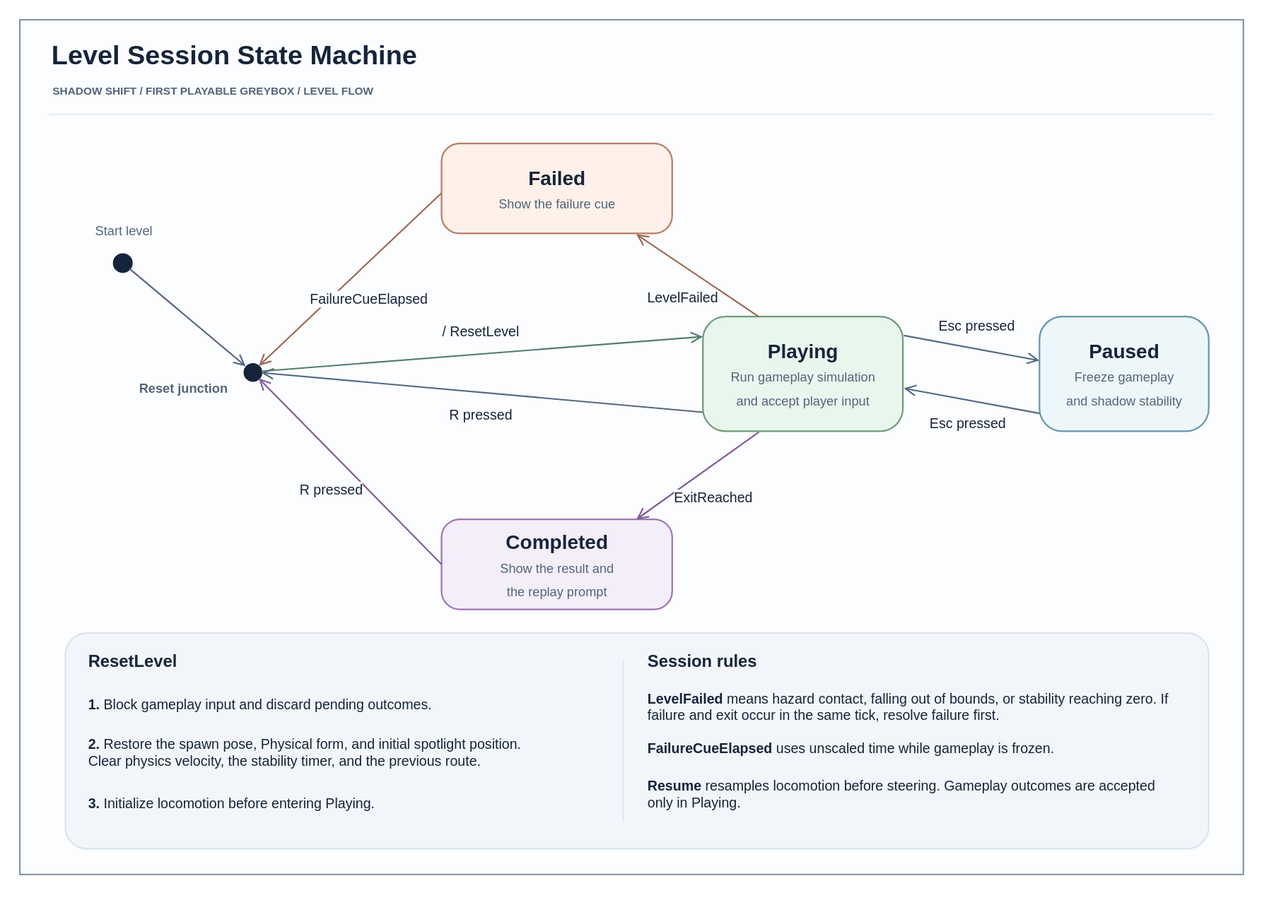
The draw.io diagram Docs/Architecture/UML/level-session-state-machine.drawio.svg in YYchainsAw/shadow-shift, before a commit. Source tidied: cells renumbered, new cells last; positions are measured from the earlier drawing's top-left corner, leaving out a move shared by most shapes. The source it was exported from:
```xml
<mxGraphModel background="#FFFFFF">
  <root>
    <mxCell id="0" />
    <mxCell id="1" parent="0" />
    <mxCell id="2" style="html=1;fontFamily=Arial;rounded=0;arcSize=10;fillColor=#fcfdff;strokeColor=#8193aa;strokeWidth=1.5;" parent="1" vertex="1">
      <mxGeometry width="1236" height="864" as="geometry" />
    </mxCell>
    <mxCell id="3" value="Level Session State Machine" style="html=1;fontFamily=Arial;text;whiteSpace=wrap;align=left;verticalAlign=middle;fontColor=#16243a;fontStyle=1;fontSize=27;" parent="2" vertex="1">
      <mxGeometry x="30" y="15" width="1176" height="42" as="geometry" />
    </mxCell>
    <mxCell id="4" value="SHADOW SHIFT  /  FIRST PLAYABLE GREYBOX  /  LEVEL FLOW" style="html=1;fontFamily=Arial;text;whiteSpace=wrap;align=left;verticalAlign=middle;fontColor=#16243a;fontStyle=1;fontSize=11;fontColor=#52657b;" parent="2" vertex="1">
      <mxGeometry x="31" y="60" width="1174" height="23" as="geometry" />
    </mxCell>
    <mxCell id="5" style="html=1;fontFamily=Arial;rounded=0;arcSize=10;fillColor=#dae4ee;strokeColor=none;strokeWidth=1.5;" parent="2" vertex="1">
      <mxGeometry x="30" y="95" width="1176" height="1" as="geometry" />
    </mxCell>
    <mxCell id="6" style="html=1;fontFamily=Arial;ellipse;fillColor=#16243a;strokeColor=#16243a;" parent="2" vertex="1">
      <mxGeometry x="94" y="236" width="19" height="19" as="geometry" />
    </mxCell>
    <mxCell id="7" value="Start level" style="html=1;fontFamily=Arial;text;whiteSpace=wrap;align=left;verticalAlign=middle;fontColor=#16243a;align=center;fontSize=13;fontColor=#52657b;" parent="2" vertex="1">
      <mxGeometry x="67" y="200" width="76" height="25" as="geometry" />
    </mxCell>
    <mxCell id="8" style="html=1;fontFamily=Arial;ellipse;fillColor=#16243a;strokeColor=#16243a;" parent="2" vertex="1">
      <mxGeometry x="226" y="347" width="18" height="18" as="geometry" />
    </mxCell>
    <mxCell id="9" value="Reset junction" style="html=1;fontFamily=Arial;text;whiteSpace=wrap;align=left;verticalAlign=middle;fontColor=#16243a;align=right;fontStyle=1;fontSize=13;fontColor=#52657b;" parent="2" vertex="1">
      <mxGeometry x="87" y="359" width="125" height="26" as="geometry" />
    </mxCell>
    <mxCell id="10" value="&lt;b&gt;Failed&lt;/b&gt;&lt;br&gt;&lt;span style=&quot;font-size:13px;color:#52657b&quot;&gt;Show the failure cue&lt;/span&gt;" style="html=1;fontFamily=Arial;rounded=1;arcSize=20;whiteSpace=wrap;align=center;verticalAlign=middle;fontSize=20;fontColor=#16243a;fillColor=#fff1e9;strokeColor=#b77c63;strokeWidth=1.6;" parent="2" vertex="1">
      <mxGeometry x="426" y="125" width="233" height="91" as="geometry" />
    </mxCell>
    <mxCell id="11" style="html=1;fontFamily=Arial;shape=ellipse;opacity=0;strokeColor=none;fillColor=none;" parent="10" vertex="1">
      <mxGeometry y="0.54" width="1" height="1" relative="1" as="geometry" />
    </mxCell>
    <mxCell id="12" style="html=1;fontFamily=Arial;shape=ellipse;opacity=0;strokeColor=none;fillColor=none;" parent="10" vertex="1">
      <mxGeometry x="0.84" y="1" width="1" height="1" relative="1" as="geometry" />
    </mxCell>
    <mxCell id="13" value="&lt;b&gt;Playing&lt;/b&gt;&lt;br&gt;&lt;span style=&quot;font-size:13px;color:#52657b&quot;&gt;Run gameplay simulation&lt;br&gt;and accept player input&lt;/span&gt;" style="html=1;fontFamily=Arial;rounded=1;arcSize=20;whiteSpace=wrap;align=center;verticalAlign=middle;fontSize=20;fontColor=#16243a;fillColor=#e9f6ed;strokeColor=#6e9b7c;strokeWidth=1.6;" parent="2" vertex="1">
      <mxGeometry x="690" y="300" width="202" height="116" as="geometry" />
    </mxCell>
    <mxCell id="14" style="html=1;fontFamily=Arial;shape=ellipse;opacity=0;strokeColor=none;fillColor=none;" parent="13" vertex="1">
      <mxGeometry x="0.28" width="1" height="1" relative="1" as="geometry" />
    </mxCell>
    <mxCell id="15" style="html=1;fontFamily=Arial;shape=ellipse;opacity=0;strokeColor=none;fillColor=none;" parent="13" vertex="1">
      <mxGeometry x="0.28" y="1" width="1" height="1" relative="1" as="geometry" />
    </mxCell>
    <mxCell id="16" style="html=1;fontFamily=Arial;shape=ellipse;opacity=0;strokeColor=none;fillColor=none;" parent="13" vertex="1">
      <mxGeometry y="0.17" width="1" height="1" relative="1" as="geometry" />
    </mxCell>
    <mxCell id="17" style="html=1;fontFamily=Arial;shape=ellipse;opacity=0;strokeColor=none;fillColor=none;" parent="13" vertex="1">
      <mxGeometry y="0.83" width="1" height="1" relative="1" as="geometry" />
    </mxCell>
    <mxCell id="18" style="html=1;fontFamily=Arial;shape=ellipse;opacity=0;strokeColor=none;fillColor=none;" parent="13" vertex="1">
      <mxGeometry x="1" y="0.16" width="1" height="1" relative="1" as="geometry" />
    </mxCell>
    <mxCell id="19" style="html=1;fontFamily=Arial;shape=ellipse;opacity=0;strokeColor=none;fillColor=none;" parent="13" vertex="1">
      <mxGeometry x="1" y="0.62" width="1" height="1" relative="1" as="geometry" />
    </mxCell>
    <mxCell id="20" value="&lt;b&gt;Paused&lt;/b&gt;&lt;br&gt;&lt;span style=&quot;font-size:13px;color:#52657b&quot;&gt;Freeze gameplay&lt;br&gt;and shadow stability&lt;/span&gt;" style="html=1;fontFamily=Arial;rounded=1;arcSize=20;whiteSpace=wrap;align=center;verticalAlign=middle;fontSize=20;fontColor=#16243a;fillColor=#edf7fa;strokeColor=#6896ac;strokeWidth=1.6;" parent="2" vertex="1">
      <mxGeometry x="1030" y="300" width="171" height="116" as="geometry" />
    </mxCell>
    <mxCell id="21" style="html=1;fontFamily=Arial;shape=ellipse;opacity=0;strokeColor=none;fillColor=none;" parent="20" vertex="1">
      <mxGeometry y="0.38" width="1" height="1" relative="1" as="geometry" />
    </mxCell>
    <mxCell id="22" style="html=1;fontFamily=Arial;shape=ellipse;opacity=0;strokeColor=none;fillColor=none;" parent="20" vertex="1">
      <mxGeometry y="0.84" width="1" height="1" relative="1" as="geometry" />
    </mxCell>
    <mxCell id="23" value="&lt;b&gt;Completed&lt;/b&gt;&lt;br&gt;&lt;span style=&quot;font-size:13px;color:#52657b&quot;&gt;Show the result and&lt;br&gt;the replay prompt&lt;/span&gt;" style="html=1;fontFamily=Arial;rounded=1;arcSize=20;whiteSpace=wrap;align=center;verticalAlign=middle;fontSize=20;fontColor=#16243a;fillColor=#f4eef9;strokeColor=#9c77b0;strokeWidth=1.6;" parent="2" vertex="1">
      <mxGeometry x="426" y="505" width="233" height="91" as="geometry" />
    </mxCell>
    <mxCell id="24" style="html=1;fontFamily=Arial;shape=ellipse;opacity=0;strokeColor=none;fillColor=none;" parent="23" vertex="1">
      <mxGeometry x="0.84" width="1" height="1" relative="1" as="geometry" />
    </mxCell>
    <mxCell id="25" style="html=1;fontFamily=Arial;shape=ellipse;opacity=0;strokeColor=none;fillColor=none;" parent="23" vertex="1">
      <mxGeometry y="0.5" width="1" height="1" relative="1" as="geometry" />
    </mxCell>
    <mxCell id="26" style="html=1;fontFamily=Arial;noEdgeStyle=1;rounded=0;endArrow=open;endFill=0;endSize=9;strokeColor=#526983;strokeWidth=1.55;fontColor=#16243a;fontSize=14;labelBackgroundColor=#fcfdff;align=center;" parent="2" edge="1" source="6" target="8">
      <mxGeometry relative="1" as="geometry" />
    </mxCell>
    <mxCell id="27" value="/ ResetLevel" style="html=1;fontFamily=Arial;noEdgeStyle=1;rounded=0;endArrow=open;endFill=0;endSize=9;strokeColor=#527e69;strokeWidth=1.55;fontColor=#16243a;fontSize=14;labelBackgroundColor=#fcfdff;align=center;" parent="2" edge="1" source="8" target="16">
      <mxGeometry y="23" relative="1" as="geometry" />
    </mxCell>
    <mxCell id="28" value="R pressed" style="html=1;fontFamily=Arial;noEdgeStyle=1;rounded=0;endArrow=open;endFill=0;endSize=9;strokeColor=#526983;strokeWidth=1.55;fontColor=#16243a;fontSize=14;labelBackgroundColor=#fcfdff;align=center;" parent="2" edge="1" source="17" target="8">
      <mxGeometry y="22" relative="1" as="geometry" />
    </mxCell>
    <mxCell id="29" value="LevelFailed" style="html=1;fontFamily=Arial;noEdgeStyle=1;rounded=0;endArrow=open;endFill=0;endSize=9;strokeColor=#9d6854;strokeWidth=1.55;fontColor=#16243a;fontSize=14;labelBackgroundColor=#fcfdff;align=center;" parent="2" edge="1" source="14" target="12">
      <mxGeometry y="27" relative="1" as="geometry" />
    </mxCell>
    <mxCell id="30" value="FailureCueElapsed" style="html=1;fontFamily=Arial;noEdgeStyle=1;rounded=0;endArrow=open;endFill=0;endSize=9;strokeColor=#9d6854;strokeWidth=1.55;fontColor=#16243a;fontSize=14;labelBackgroundColor=#fcfdff;align=center;" parent="2" edge="1" source="11" target="8">
      <mxGeometry y="27" relative="1" as="geometry" />
    </mxCell>
    <mxCell id="31" value="ExitReached" style="html=1;fontFamily=Arial;noEdgeStyle=1;rounded=0;endArrow=open;endFill=0;endSize=9;strokeColor=#805d97;strokeWidth=1.55;fontColor=#16243a;fontSize=14;labelBackgroundColor=#fcfdff;align=center;" parent="2" edge="1" source="15" target="24">
      <mxGeometry y="27" relative="1" as="geometry" />
    </mxCell>
    <mxCell id="32" value="R pressed" style="html=1;fontFamily=Arial;noEdgeStyle=1;rounded=0;endArrow=open;endFill=0;endSize=9;strokeColor=#805d97;strokeWidth=1.55;fontColor=#16243a;fontSize=14;labelBackgroundColor=#fcfdff;align=center;" parent="2" edge="1" source="25" target="8">
      <mxGeometry y="27" relative="1" as="geometry" />
    </mxCell>
    <mxCell id="33" value="Esc pressed" style="html=1;fontFamily=Arial;noEdgeStyle=1;rounded=0;endArrow=open;endFill=0;endSize=9;strokeColor=#526983;strokeWidth=1.55;fontColor=#16243a;fontSize=14;labelBackgroundColor=#fcfdff;align=center;" parent="2" edge="1" source="18" target="21">
      <mxGeometry y="23" relative="1" as="geometry" />
    </mxCell>
    <mxCell id="34" value="Esc pressed" style="html=1;fontFamily=Arial;noEdgeStyle=1;rounded=0;endArrow=open;endFill=0;endSize=9;strokeColor=#526983;strokeWidth=1.55;fontColor=#16243a;fontSize=14;labelBackgroundColor=#fcfdff;align=center;" parent="2" edge="1" source="22" target="19">
      <mxGeometry y="23" relative="1" as="geometry" />
    </mxCell>
    <mxCell id="35" style="html=1;fontFamily=Arial;rounded=1;arcSize=10;fillColor=#f2f6fa;strokeColor=#d9e3ee;strokeWidth=1.5;" parent="2" vertex="1">
      <mxGeometry x="46" y="620" width="1155" height="218" as="geometry" />
    </mxCell>
    <mxCell id="36" value="ResetLevel" style="html=1;fontFamily=Arial;text;whiteSpace=wrap;align=left;verticalAlign=middle;fontColor=#16243a;fontSize=17;fontStyle=1;" parent="2" vertex="1">
      <mxGeometry x="67" y="633" width="532" height="31" as="geometry" />
    </mxCell>
    <mxCell id="37" value="&lt;b&gt;1.&lt;/b&gt; Block gameplay input and discard pending outcomes." style="html=1;fontFamily=Arial;text;whiteSpace=wrap;align=left;verticalAlign=middle;fontColor=#16243a;fontSize=14;" parent="2" vertex="1">
      <mxGeometry x="67" y="677" width="516" height="30" as="geometry" />
    </mxCell>
    <mxCell id="38" value="&lt;b&gt;2.&lt;/b&gt; Restore the spawn pose, Physical form, and initial spotlight position.&lt;br&gt;Clear physics velocity, the stability timer, and the previous route." style="html=1;fontFamily=Arial;text;whiteSpace=wrap;align=left;verticalAlign=middle;fontColor=#16243a;fontSize=14;" parent="2" vertex="1">
      <mxGeometry x="67" y="715" width="532" height="50" as="geometry" />
    </mxCell>
    <mxCell id="39" value="&lt;b&gt;3.&lt;/b&gt; Initialize locomotion before entering Playing." style="html=1;fontFamily=Arial;text;whiteSpace=wrap;align=left;verticalAlign=middle;fontColor=#16243a;fontSize=14;" parent="2" vertex="1">
      <mxGeometry x="67" y="777" width="516" height="29" as="geometry" />
    </mxCell>
    <mxCell id="40" style="html=1;fontFamily=Arial;rounded=0;arcSize=10;fillColor=#d7e1ed;strokeColor=none;strokeWidth=1.5;" parent="2" vertex="1">
      <mxGeometry x="609" y="647" width="1" height="164" as="geometry" />
    </mxCell>
    <mxCell id="41" value="Session rules" style="html=1;fontFamily=Arial;text;whiteSpace=wrap;align=left;verticalAlign=middle;fontColor=#16243a;fontSize=17;fontStyle=1;" parent="2" vertex="1">
      <mxGeometry x="632" y="633" width="534" height="31" as="geometry" />
    </mxCell>
    <mxCell id="42" value="&lt;b&gt;LevelFailed&lt;/b&gt; means hazard contact, falling out of bounds, or stability reaching zero. If failure and exit occur in the same tick, resolve failure first." style="html=1;fontFamily=Arial;text;whiteSpace=wrap;align=left;verticalAlign=middle;fontColor=#16243a;fontSize=14;" parent="2" vertex="1">
      <mxGeometry x="632" y="671" width="536" height="46" as="geometry" />
    </mxCell>
    <mxCell id="43" value="&lt;b&gt;FailureCueElapsed&lt;/b&gt; uses unscaled time while gameplay is frozen." style="html=1;fontFamily=Arial;text;whiteSpace=wrap;align=left;verticalAlign=middle;fontColor=#16243a;fontSize=14;" parent="2" vertex="1">
      <mxGeometry x="632" y="722" width="536" height="27" as="geometry" />
    </mxCell>
    <mxCell id="44" value="&lt;b&gt;Resume&lt;/b&gt; resamples locomotion before steering. Gameplay outcomes are accepted only in Playing." style="html=1;fontFamily=Arial;text;whiteSpace=wrap;align=left;verticalAlign=middle;fontColor=#16243a;fontSize=14;" parent="2" vertex="1">
      <mxGeometry x="632" y="759" width="536" height="46" as="geometry" />
    </mxCell>
  </root>
</mxGraphModel>
```
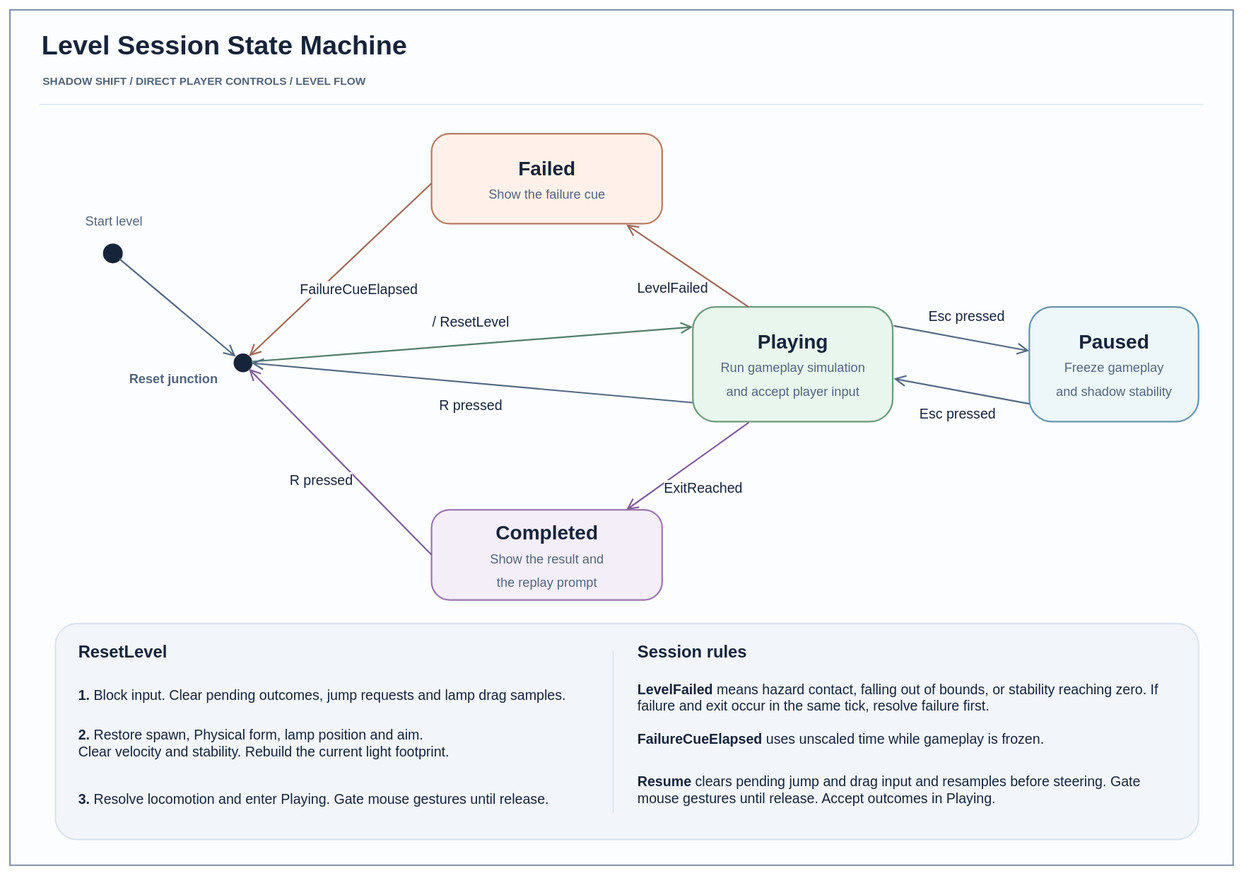
The same diagram one commit later.

Commit message:
docs: align design and UML with direct player controls

Diff of the diagram source:
```diff
@@ -8,7 +8,7 @@
     <mxCell id="3" value="Level Session State Machine" style="html=1;fontFamily=Arial;text;whiteSpace=wrap;align=left;verticalAlign=middle;fontColor=#16243a;fontStyle=1;fontSize=27;" parent="2" vertex="1">
       <mxGeometry x="30" y="15" width="1176" height="42" as="geometry" />
     </mxCell>
-    <mxCell id="4" value="SHADOW SHIFT  /  FIRST PLAYABLE GREYBOX  /  LEVEL FLOW" style="html=1;fontFamily=Arial;text;whiteSpace=wrap;align=left;verticalAlign=middle;fontColor=#16243a;fontStyle=1;fontSize=11;fontColor=#52657b;" parent="2" vertex="1">
+    <mxCell id="4" value="SHADOW SHIFT  /  DIRECT PLAYER CONTROLS  /  LEVEL FLOW" style="html=1;fontFamily=Arial;text;whiteSpace=wrap;align=left;verticalAlign=middle;fontColor=#16243a;fontStyle=1;fontSize=11;fontColor=#52657b;" parent="2" vertex="1">
       <mxGeometry x="31" y="60" width="1174" height="23" as="geometry" />
     </mxCell>
     <mxCell id="5" style="html=1;fontFamily=Arial;rounded=0;arcSize=10;fillColor=#dae4ee;strokeColor=none;strokeWidth=1.5;" parent="2" vertex="1">
@@ -107,14 +107,14 @@
     <mxCell id="36" value="ResetLevel" style="html=1;fontFamily=Arial;text;whiteSpace=wrap;align=left;verticalAlign=middle;fontColor=#16243a;fontSize=17;fontStyle=1;" parent="2" vertex="1">
       <mxGeometry x="67" y="633" width="532" height="31" as="geometry" />
     </mxCell>
-    <mxCell id="37" value="&lt;b&gt;1.&lt;/b&gt; Block gameplay input and discard pending outcomes." style="html=1;fontFamily=Arial;text;whiteSpace=wrap;align=left;verticalAlign=middle;fontColor=#16243a;fontSize=14;" parent="2" vertex="1">
+    <mxCell id="37" value="&lt;b&gt;1.&lt;/b&gt; Block input. Clear pending outcomes, jump requests and lamp drag samples." style="html=1;fontFamily=Arial;text;whiteSpace=wrap;align=left;verticalAlign=middle;fontColor=#16243a;fontSize=14;" parent="2" vertex="1">
       <mxGeometry x="67" y="677" width="516" height="30" as="geometry" />
     </mxCell>
-    <mxCell id="38" value="&lt;b&gt;2.&lt;/b&gt; Restore the spawn pose, Physical form, and initial spotlight position.&lt;br&gt;Clear physics velocity, the stability timer, and the previous route." style="html=1;fontFamily=Arial;text;whiteSpace=wrap;align=left;verticalAlign=middle;fontColor=#16243a;fontSize=14;" parent="2" vertex="1">
+    <mxCell id="38" value="&lt;b&gt;2.&lt;/b&gt; Restore spawn, Physical form, lamp position and aim.&lt;br&gt;Clear velocity and stability. Rebuild the current light footprint." style="html=1;fontFamily=Arial;text;whiteSpace=wrap;align=left;verticalAlign=middle;fontColor=#16243a;fontSize=14;" parent="2" vertex="1">
       <mxGeometry x="67" y="715" width="532" height="50" as="geometry" />
     </mxCell>
-    <mxCell id="39" value="&lt;b&gt;3.&lt;/b&gt; Initialize locomotion before entering Playing." style="html=1;fontFamily=Arial;text;whiteSpace=wrap;align=left;verticalAlign=middle;fontColor=#16243a;fontSize=14;" parent="2" vertex="1">
-      <mxGeometry x="67" y="777" width="516" height="29" as="geometry" />
+    <mxCell id="39" value="&lt;b&gt;3.&lt;/b&gt; Resolve locomotion and enter Playing. Gate mouse gestures until release." style="html=1;fontFamily=Arial;text;whiteSpace=wrap;align=left;verticalAlign=middle;fontColor=#16243a;fontSize=14;" parent="2" vertex="1">
+      <mxGeometry x="67" y="777" width="516" height="39" as="geometry" />
     </mxCell>
     <mxCell id="40" style="html=1;fontFamily=Arial;rounded=0;arcSize=10;fillColor=#d7e1ed;strokeColor=none;strokeWidth=1.5;" parent="2" vertex="1">
       <mxGeometry x="609" y="647" width="1" height="164" as="geometry" />
@@ -128,8 +128,8 @@
     <mxCell id="43" value="&lt;b&gt;FailureCueElapsed&lt;/b&gt; uses unscaled time while gameplay is frozen." style="html=1;fontFamily=Arial;text;whiteSpace=wrap;align=left;verticalAlign=middle;fontColor=#16243a;fontSize=14;" parent="2" vertex="1">
       <mxGeometry x="632" y="722" width="536" height="27" as="geometry" />
     </mxCell>
-    <mxCell id="44" value="&lt;b&gt;Resume&lt;/b&gt; resamples locomotion before steering. Gameplay outcomes are accepted only in Playing." style="html=1;fontFamily=Arial;text;whiteSpace=wrap;align=left;verticalAlign=middle;fontColor=#16243a;fontSize=14;" parent="2" vertex="1">
-      <mxGeometry x="632" y="759" width="536" height="46" as="geometry" />
+    <mxCell id="44" value="&lt;b&gt;Resume&lt;/b&gt; clears pending jump and drag input and resamples before steering. Gate mouse gestures until release. Accept outcomes in Playing." style="html=1;fontFamily=Arial;text;whiteSpace=wrap;align=left;verticalAlign=middle;fontColor=#16243a;fontSize=14;" parent="2" vertex="1">
+      <mxGeometry x="632" y="759" width="536" height="56" as="geometry" />
     </mxCell>
   </root>
 </mxGraphModel>
```
